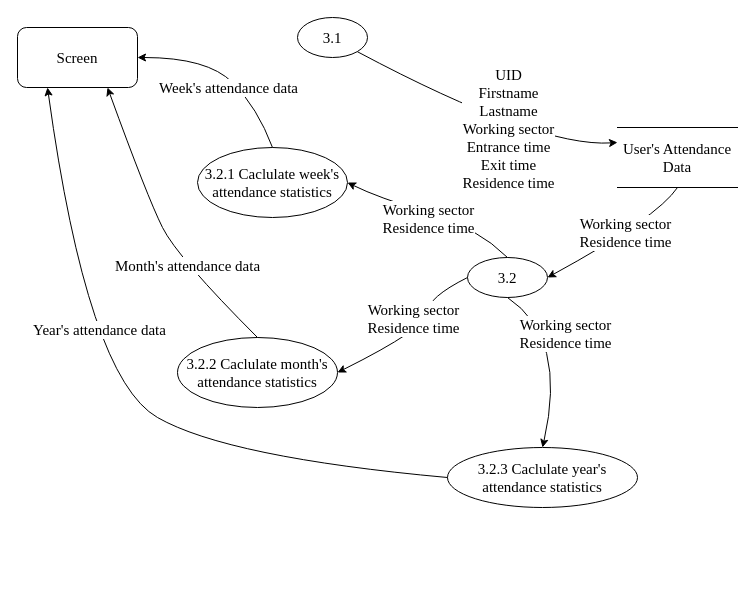
The draw.io diagram Diagrams/Data flow diagrams/3rdLevel3rdTask.drawio in Panagiotis-Sklidas/Advanced-Attendance-System, before the edit. Source tidied: cells renumbered, new cells numbered last; positions are measured from the earlier drawing's top-left corner, leaving out a move shared by most shapes. Both pictures are drawn from the tidied source at 100%, with x=0, y=0 at pixel (17, 17).
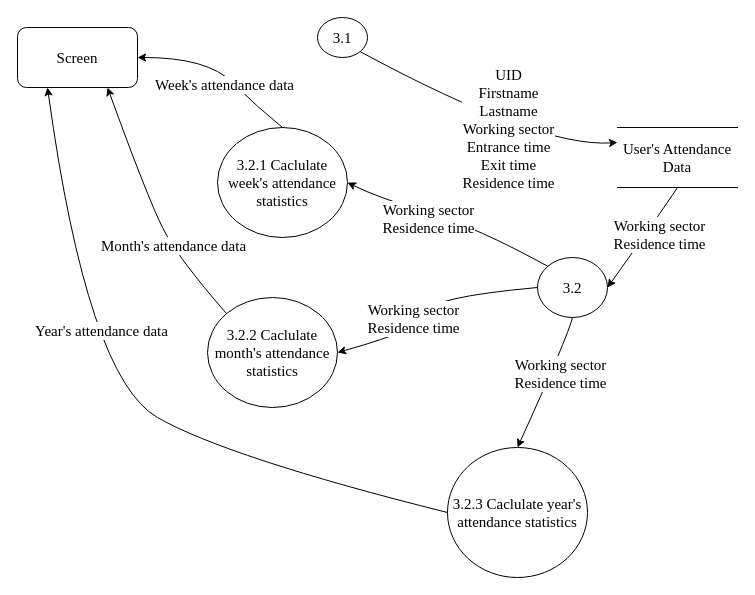
Above is the later version.

The change refers to these unchanged cells:
```xml
<mxCell id="4" value="Screen" style="rounded=1;whiteSpace=wrap;html=1;fontFamily=Times New Roman;fontSize=15;" parent="1" vertex="1">
  <mxGeometry y="10" width="120" height="60" as="geometry" />
</mxCell>
```

The edit, as a diff of the source:
```diff
@@
     <mxCell id="6" value="3.2" style="ellipse;whiteSpace=wrap;html=1;fontFamily=Times New Roman;fontSize=15;" parent="1" vertex="1">
-      <mxGeometry x="450" y="240" width="80" height="40" as="geometry" />
+      <mxGeometry x="520" y="240" width="70" height="60" as="geometry" />
     </mxCell>
@@
     <mxCell id="11" value="3.2.2 Caclulate month's attendance statistics" style="ellipse;whiteSpace=wrap;html=1;fontFamily=Times New Roman;fontSize=15;" parent="1" vertex="1">
-      <mxGeometry x="160" y="320" width="160" height="70" as="geometry" />
+      <mxGeometry x="190" y="280" width="130" height="110" as="geometry" />
     </mxCell>
     <mxCell id="12" value="3.2.1 Caclulate week's attendance statistics" style="ellipse;whiteSpace=wrap;html=1;fontFamily=Times New Roman;fontSize=15;" parent="1" vertex="1">
-      <mxGeometry x="180" y="130" width="150" height="70" as="geometry" />
+      <mxGeometry x="200" y="110" width="130" height="110" as="geometry" />
     </mxCell>
     <mxCell id="13" value="3.2.3 Caclulate year's attendance statistics" style="ellipse;whiteSpace=wrap;html=1;fontFamily=Times New Roman;fontSize=15;" parent="1" vertex="1">
-      <mxGeometry x="430" y="430" width="190" height="60" as="geometry" />
+      <mxGeometry x="430" y="430" width="140" height="130" as="geometry" />
     </mxCell>
-    <mxCell id="14" style="curved=1;endArrow=classic;html=1;rounded=0;entryX=1;entryY=0.5;entryDx=0;entryDy=0;exitX=0.5;exitY=0;exitDx=0;exitDy=0;fontFamily=Times New Roman;fontSize=15;" parent="1" edge="1" source="6" target="12">
+    <mxCell id="14" style="curved=1;endArrow=classic;html=1;rounded=0;entryX=1;entryY=0.5;entryDx=0;entryDy=0;exitX=0;exitY=0;exitDx=0;exitDy=0;fontFamily=Times New Roman;fontSize=15;" parent="1" edge="1" source="6" target="12">
       <mxGeometry relative="1" as="geometry">
         <Array as="points">
           <mxPoint x="460" y="210" />
           <mxPoint x="360" y="180" />
         </Array>
       </mxGeometry>
     </mxCell>
@@
     <mxCell id="19" value="Working sector&lt;br style=&quot;font-size: 15px;&quot;&gt;Residence time" style="edgeLabel;html=1;align=center;verticalAlign=middle;fontSize=15;fontFamily=Times New Roman;" parent="1" vertex="1">
-      <mxGeometry x="645" y="230" as="geometry">
+      <mxGeometry x="640" y="270" as="geometry">
         <mxPoint x="-98" y="85" as="offset" />
       </mxGeometry>
     </mxCell>
@@
-    <mxCell id="22" style="curved=1;endArrow=classic;html=1;rounded=0;entryX=0.75;entryY=1;entryDx=0;entryDy=0;exitX=0.5;exitY=0;exitDx=0;exitDy=0;fontFamily=Times New Roman;fontSize=15;" parent="1" edge="1" source="11" target="4">
+    <mxCell id="22" style="curved=1;endArrow=classic;html=1;rounded=0;entryX=0.75;entryY=1;entryDx=0;entryDy=0;exitX=0;exitY=0;exitDx=0;exitDy=0;fontFamily=Times New Roman;fontSize=15;" parent="1" edge="1" source="11" target="4">
       <mxGeometry relative="1" as="geometry">
         <Array as="points">
           <mxPoint x="160" y="240" />
           <mxPoint x="130" y="180" />
         </Array>
       </mxGeometry>
     </mxCell>
@@
     <mxCell id="26" value="3.1" style="ellipse;whiteSpace=wrap;html=1;fontFamily=Times New Roman;fontSize=15;" parent="1" vertex="1">
-      <mxGeometry x="280" width="70" height="40" as="geometry" />
+      <mxGeometry x="300" width="50" height="40" as="geometry" />
     </mxCell>
```
